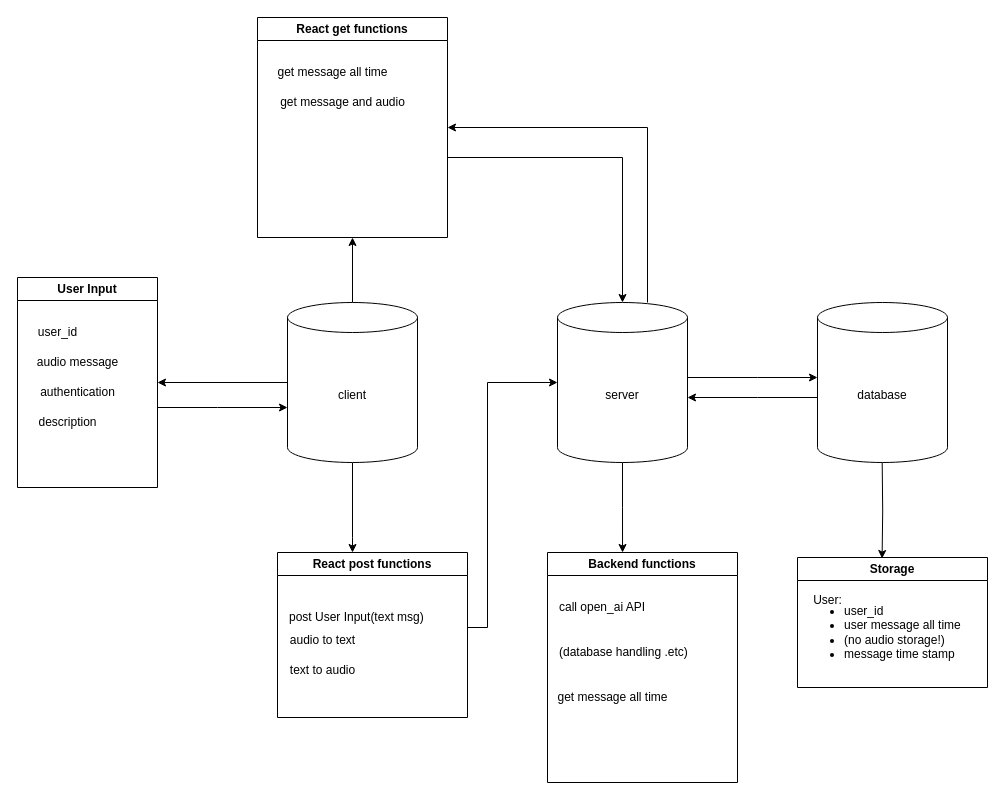
This is version1-0.drawio from johnny19436/English-teacher, a draw.io file, before an edit. Source tidied: cells renumbered, new cells numbered last; positions are measured from the earlier drawing's top-left corner, leaving out a move shared by most shapes. Both pictures are drawn from the tidied source at 100%, with x=0, y=0 at pixel (17, 17).
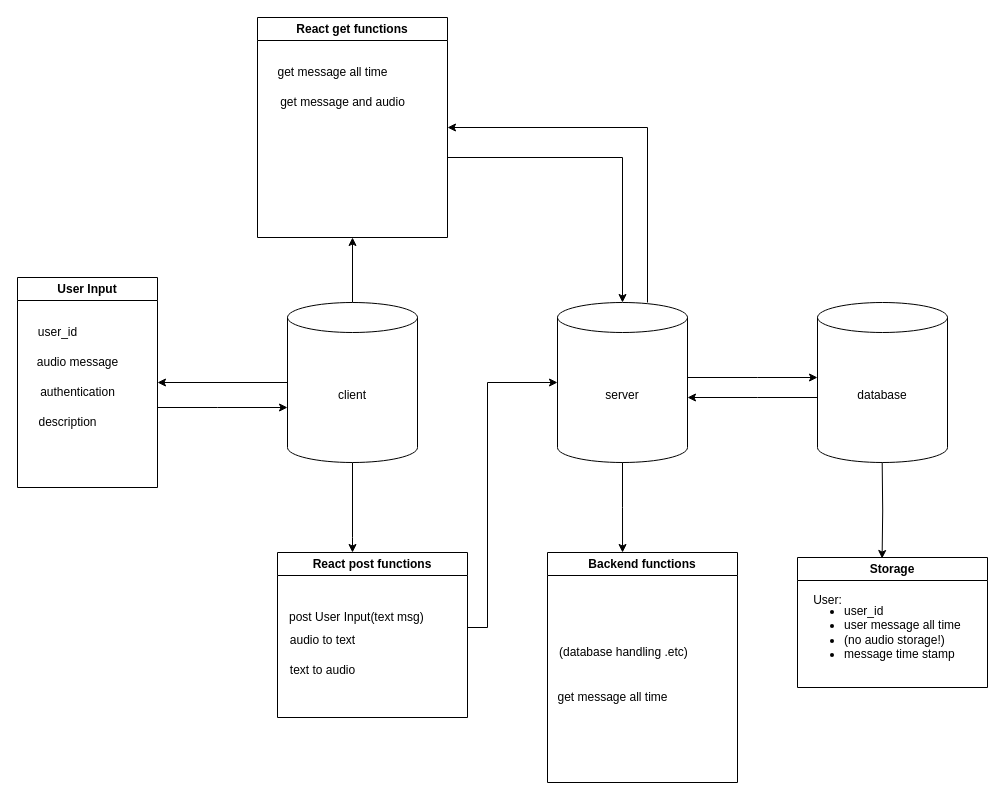
Above is the later version.

The change refers to these unchanged cells:
```xml
<mxCell id="24" value="Backend functions" style="swimlane;whiteSpace=wrap;html=1;align=center;" parent="1" vertex="1">
  <mxGeometry x="530" y="535" width="190" height="230" as="geometry" />
</mxCell>
```

Diff of the diagram source:
```diff
@@
-    <mxCell id="25" value="call open_ai API" style="text;html=1;align=left;verticalAlign=middle;strokeColor=none;fillColor=none;" parent="24" vertex="1">
-      <mxGeometry x="10" y="40" width="110" height="30" as="geometry" />
-    </mxCell>
```
